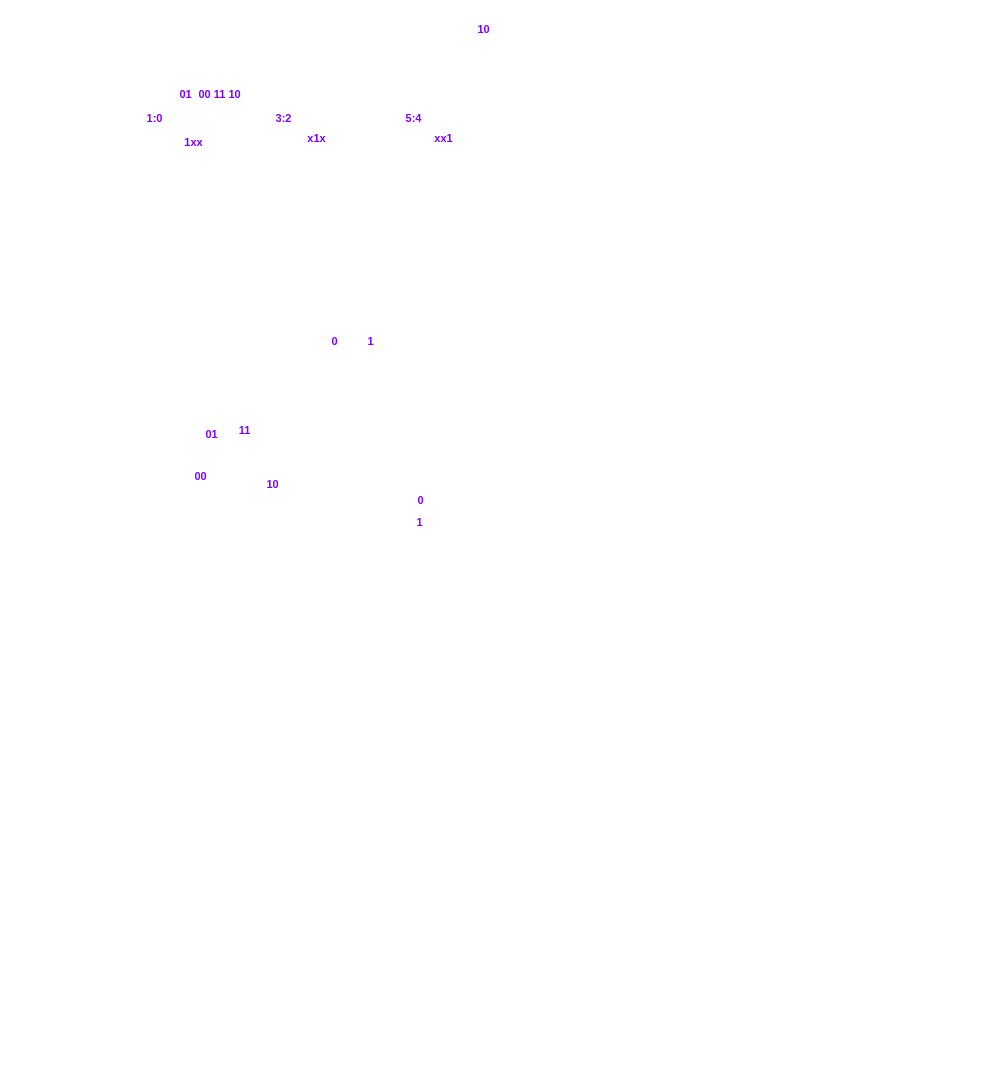
Earlier version of the draw.io diagram verilator_digrams/Emulator_02.drawio (Dercury/CLDK). Source tidied: cells renumbered, new cells numbered last; positions are measured from the earlier drawing's top-left corner, leaving out a move shared by most shapes. Both pictures are drawn from the tidied source at 100%, with x=0, y=0 at pixel (145, 17).
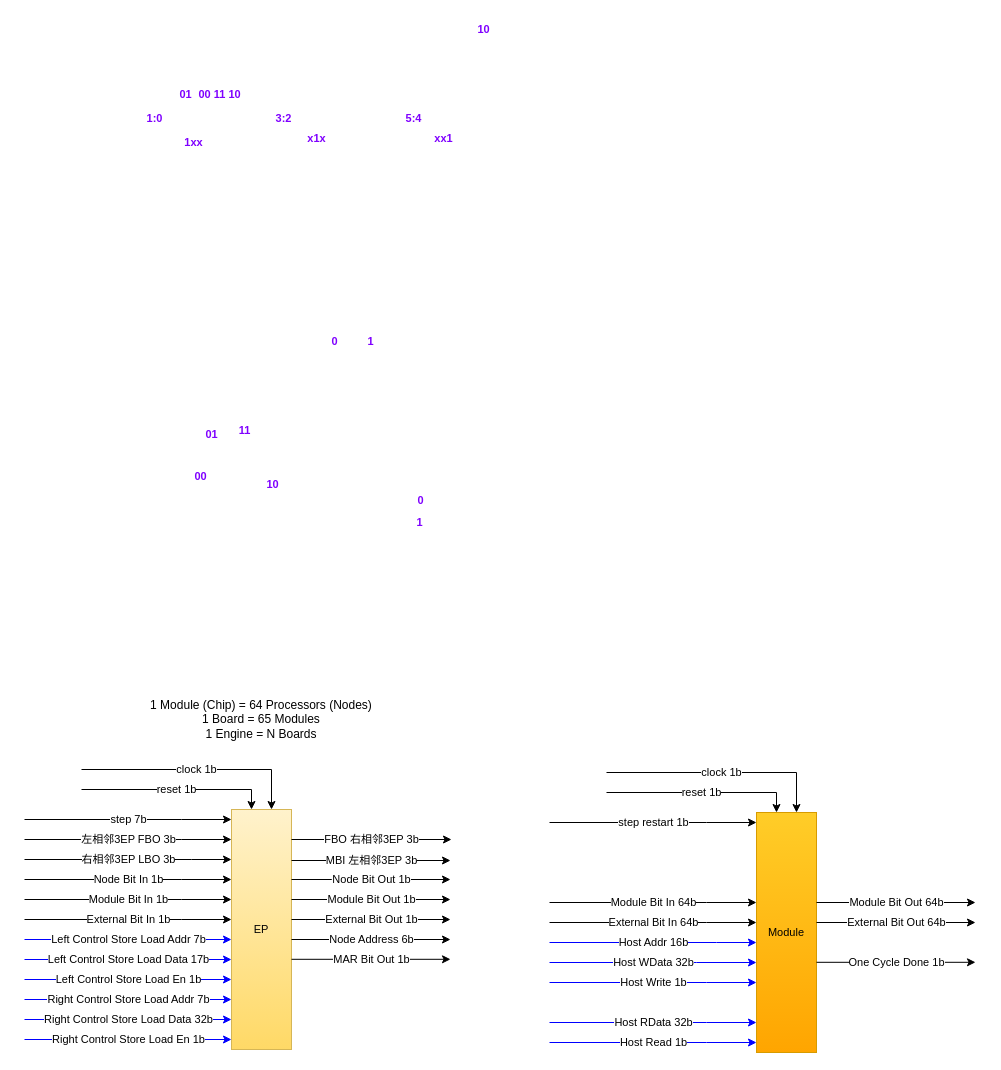
The same page after the edit.

The edit, as a diff of the source:
```diff
@@
+    <mxCell id="21" value="1 Module (Chip) = 64 Processors (Nodes)&lt;br&gt;1 Board = 65 Modules&lt;br&gt;1 Engine = N Boards" style="text;html=1;strokeColor=none;fillColor=none;align=center;verticalAlign=middle;whiteSpace=wrap;rounded=0;" parent="1" vertex="1">
+      <mxGeometry x="-19" y="672" width="270" height="60" as="geometry" />
+    </mxCell>
+    <mxCell id="22" value="reset 1b" style="endArrow=classic;html=1;rounded=0;strokeColor=#000000;strokeWidth=1;fontSize=11;fontColor=#000000;edgeStyle=orthogonalEdgeStyle;" parent="1" edge="1" target="23">
+      <mxGeometry relative="1" as="geometry">
+        <mxPoint x="-64" y="772" as="sourcePoint" />
+        <Array as="points">
+          <mxPoint x="106" y="772" />
+        </Array>
+      </mxGeometry>
+    </mxCell>
+    <mxCell id="23" value="EP" style="rounded=0;whiteSpace=wrap;html=1;strokeColor=#d6b656;fontSize=11;fillColor=#fff2cc;gradientColor=#ffd966;" parent="1" vertex="1">
+      <mxGeometry x="86" y="792" width="60" height="240" as="geometry" />
+    </mxCell>
+    <mxCell id="24" value="左相邻3EP FBO 3b" style="endArrow=classic;html=1;rounded=0;strokeColor=#000000;strokeWidth=1;fontSize=11;fontColor=#000000;edgeStyle=orthogonalEdgeStyle;" parent="1" edge="1" target="23">
+      <mxGeometry relative="1" as="geometry">
+        <mxPoint x="-121" y="822" as="sourcePoint" />
+        <Array as="points">
+          <mxPoint x="36" y="822" />
+          <mxPoint x="36" y="822" />
+        </Array>
+      </mxGeometry>
+    </mxCell>
+    <mxCell id="25" value="Node Bit Out 1b" style="endArrow=classic;html=1;rounded=0;strokeColor=#000000;strokeWidth=1;fontSize=11;fontColor=#000000;edgeStyle=orthogonalEdgeStyle;" parent="1" edge="1" source="23">
+      <mxGeometry relative="1" as="geometry">
+        <mxPoint x="305" y="862" as="targetPoint" />
+        <Array as="points">
+          <mxPoint x="186" y="862" />
+          <mxPoint x="186" y="862" />
+        </Array>
+      </mxGeometry>
+    </mxCell>
+    <mxCell id="26" value="FBO 右相邻3EP 3b" style="endArrow=classic;html=1;rounded=0;strokeColor=#000000;strokeWidth=1;fontSize=11;fontColor=#000000;edgeStyle=orthogonalEdgeStyle;" parent="1" edge="1" source="23">
+      <mxGeometry relative="1" as="geometry">
+        <mxPoint x="306" y="822" as="targetPoint" />
+        <Array as="points">
+          <mxPoint x="246" y="822" />
+          <mxPoint x="246" y="822" />
+        </Array>
+      </mxGeometry>
+    </mxCell>
+    <mxCell id="27" value="Module Bit Out 1b" style="endArrow=classic;html=1;rounded=0;strokeColor=#000000;strokeWidth=1;fontSize=11;fontColor=#000000;edgeStyle=orthogonalEdgeStyle;" parent="1" edge="1" source="23">
+      <mxGeometry relative="1" as="geometry">
+        <mxPoint x="305" y="882" as="targetPoint" />
+        <Array as="points">
+          <mxPoint x="186" y="882" />
+          <mxPoint x="186" y="882" />
+        </Array>
+      </mxGeometry>
+    </mxCell>
+    <mxCell id="28" value="External Bit Out 1b" style="endArrow=classic;html=1;rounded=0;strokeColor=#000000;strokeWidth=1;fontSize=11;fontColor=#000000;edgeStyle=orthogonalEdgeStyle;" parent="1" edge="1" source="23">
+      <mxGeometry relative="1" as="geometry">
+        <mxPoint x="305" y="902" as="targetPoint" />
+        <Array as="points">
+          <mxPoint x="186" y="902" />
+          <mxPoint x="186" y="902" />
+        </Array>
+      </mxGeometry>
+    </mxCell>
+    <mxCell id="29" value="MBI 左相邻3EP 3b" style="endArrow=classic;html=1;rounded=0;strokeColor=#000000;strokeWidth=1;fontSize=11;fontColor=#000000;edgeStyle=orthogonalEdgeStyle;" parent="1" edge="1" source="23">
+      <mxGeometry relative="1" as="geometry">
+        <mxPoint x="305" y="843" as="targetPoint" />
+        <Array as="points">
+          <mxPoint x="236" y="843" />
+          <mxPoint x="236" y="843" />
+        </Array>
+      </mxGeometry>
+    </mxCell>
+    <mxCell id="30" value="Node Address 6b" style="endArrow=classic;html=1;rounded=0;strokeColor=#000000;strokeWidth=1;fontSize=11;fontColor=#000000;edgeStyle=orthogonalEdgeStyle;" parent="1" edge="1" source="23">
+      <mxGeometry relative="1" as="geometry">
+        <mxPoint x="305" y="922" as="targetPoint" />
+        <Array as="points">
+          <mxPoint x="186" y="922" />
+          <mxPoint x="186" y="922" />
+        </Array>
+      </mxGeometry>
+    </mxCell>
+    <mxCell id="31" value="MAR Bit Out 1b" style="endArrow=classic;html=1;rounded=0;strokeColor=#000000;strokeWidth=1;fontSize=11;fontColor=#000000;edgeStyle=orthogonalEdgeStyle;" parent="1" edge="1" source="23">
+      <mxGeometry relative="1" as="geometry">
+        <mxPoint x="305" y="941.8" as="targetPoint" />
+        <Array as="points">
+          <mxPoint x="226" y="942" />
+        </Array>
+      </mxGeometry>
+    </mxCell>
+    <mxCell id="32" value="右相邻3EP LBO 3b" style="endArrow=classic;html=1;rounded=0;strokeColor=#000000;strokeWidth=1;fontSize=11;fontColor=#000000;edgeStyle=orthogonalEdgeStyle;" parent="1" edge="1" target="23">
+      <mxGeometry relative="1" as="geometry">
+        <mxPoint x="-121" y="842" as="sourcePoint" />
+        <Array as="points">
+          <mxPoint x="46" y="842" />
+          <mxPoint x="46" y="842" />
+        </Array>
+      </mxGeometry>
+    </mxCell>
+    <mxCell id="33" value="Node Bit In 1b" style="endArrow=classic;html=1;rounded=0;strokeColor=#000000;strokeWidth=1;fontSize=11;fontColor=#000000;edgeStyle=orthogonalEdgeStyle;" parent="1" edge="1" target="23">
+      <mxGeometry relative="1" as="geometry">
+        <mxPoint x="-121" y="862" as="sourcePoint" />
+        <Array as="points">
+          <mxPoint x="36" y="862" />
+          <mxPoint x="36" y="862" />
+        </Array>
+      </mxGeometry>
+    </mxCell>
+    <mxCell id="34" value="Module Bit In 1b" style="endArrow=classic;html=1;rounded=0;strokeColor=#000000;strokeWidth=1;fontSize=11;fontColor=#000000;edgeStyle=orthogonalEdgeStyle;" parent="1" edge="1" target="23">
+      <mxGeometry relative="1" as="geometry">
+        <mxPoint x="-121" y="882" as="sourcePoint" />
+        <Array as="points">
+          <mxPoint x="36" y="882" />
+          <mxPoint x="36" y="882" />
+        </Array>
+      </mxGeometry>
+    </mxCell>
+    <mxCell id="35" value="External Bit In 1b" style="endArrow=classic;html=1;rounded=0;strokeColor=#000000;strokeWidth=1;fontSize=11;fontColor=#000000;edgeStyle=orthogonalEdgeStyle;" parent="1" edge="1" target="23">
+      <mxGeometry relative="1" as="geometry">
+        <mxPoint x="-121" y="902" as="sourcePoint" />
+        <Array as="points">
+          <mxPoint x="36" y="902" />
+          <mxPoint x="36" y="902" />
+        </Array>
+      </mxGeometry>
+    </mxCell>
+    <mxCell id="36" value="Left Control Store Load Addr 7b" style="endArrow=classic;html=1;rounded=0;strokeColor=#0000FF;strokeWidth=1;fontSize=11;fontColor=#000000;edgeStyle=orthogonalEdgeStyle;" parent="1" edge="1" target="23">
+      <mxGeometry relative="1" as="geometry">
+        <mxPoint x="-121" y="922" as="sourcePoint" />
+        <Array as="points">
+          <mxPoint x="46" y="922" />
+          <mxPoint x="46" y="922" />
+        </Array>
+      </mxGeometry>
+    </mxCell>
+    <mxCell id="37" value="Right Control Store Load Addr 7b" style="endArrow=classic;html=1;rounded=0;strokeColor=#0000FF;strokeWidth=1;fontSize=11;fontColor=#000000;edgeStyle=orthogonalEdgeStyle;" parent="1" edge="1" target="23">
+      <mxGeometry relative="1" as="geometry">
+        <mxPoint x="-121" y="982" as="sourcePoint" />
+        <Array as="points">
+          <mxPoint x="26" y="982" />
+          <mxPoint x="26" y="982" />
+        </Array>
+      </mxGeometry>
+    </mxCell>
+    <mxCell id="38" value="Left Control Store Load Data 17b" style="endArrow=classic;html=1;rounded=0;strokeColor=#0000FF;strokeWidth=1;fontSize=11;fontColor=#000000;edgeStyle=orthogonalEdgeStyle;" parent="1" edge="1" target="23">
+      <mxGeometry relative="1" as="geometry">
+        <mxPoint x="-121" y="942" as="sourcePoint" />
+        <Array as="points">
+          <mxPoint x="26" y="942" />
+          <mxPoint x="26" y="942" />
+        </Array>
+      </mxGeometry>
+    </mxCell>
+    <mxCell id="39" value="Right Control Store Load Data 32b" style="endArrow=classic;html=1;rounded=0;strokeColor=#0000FF;strokeWidth=1;fontSize=11;fontColor=#000000;edgeStyle=orthogonalEdgeStyle;" parent="1" edge="1" target="23">
+      <mxGeometry relative="1" as="geometry">
+        <mxPoint x="-121" y="1002" as="sourcePoint" />
+        <Array as="points">
+          <mxPoint x="36" y="1002" />
+          <mxPoint x="36" y="1002" />
+        </Array>
+      </mxGeometry>
+    </mxCell>
+    <mxCell id="40" value="Left Control Store Load En 1b" style="endArrow=classic;html=1;rounded=0;strokeColor=#0000FF;strokeWidth=1;fontSize=11;fontColor=#000000;edgeStyle=orthogonalEdgeStyle;" parent="1" edge="1" target="23">
+      <mxGeometry relative="1" as="geometry">
+        <mxPoint x="-121" y="962" as="sourcePoint" />
+        <Array as="points">
+          <mxPoint x="36" y="962" />
+          <mxPoint x="36" y="962" />
+        </Array>
+      </mxGeometry>
+    </mxCell>
+    <mxCell id="41" value="Right Control Store Load En 1b" style="endArrow=classic;html=1;rounded=0;strokeColor=#0000FF;strokeWidth=1;fontSize=11;fontColor=#000000;edgeStyle=orthogonalEdgeStyle;" parent="1" edge="1" target="23">
+      <mxGeometry relative="1" as="geometry">
+        <mxPoint x="-121" y="1022" as="sourcePoint" />
+        <Array as="points">
+          <mxPoint x="36" y="1022" />
+          <mxPoint x="36" y="1022" />
+        </Array>
+      </mxGeometry>
+    </mxCell>
+    <mxCell id="42" value="step 7b" style="endArrow=classic;html=1;rounded=0;strokeColor=#000000;strokeWidth=1;fontSize=11;fontColor=#000000;edgeStyle=orthogonalEdgeStyle;" parent="1" edge="1" target="23">
+      <mxGeometry relative="1" as="geometry">
+        <mxPoint x="-121" y="802" as="sourcePoint" />
+        <Array as="points">
+          <mxPoint x="36" y="802" />
+          <mxPoint x="36" y="802" />
+        </Array>
+      </mxGeometry>
+    </mxCell>
+    <mxCell id="43" value="clock 1b" style="endArrow=classic;html=1;rounded=0;strokeColor=#000000;strokeWidth=1;fontSize=11;fontColor=#000000;edgeStyle=orthogonalEdgeStyle;" parent="1" edge="1" target="23">
+      <mxGeometry relative="1" as="geometry">
+        <mxPoint x="-64" y="752" as="sourcePoint" />
+        <Array as="points">
+          <mxPoint x="126" y="752" />
+        </Array>
+      </mxGeometry>
+    </mxCell>
+    <mxCell id="44" value="reset 1b" style="endArrow=classic;html=1;rounded=0;strokeColor=#000000;strokeWidth=1;fontSize=11;fontColor=#000000;edgeStyle=orthogonalEdgeStyle;" parent="1" edge="1" target="45">
+      <mxGeometry relative="1" as="geometry">
+        <mxPoint x="461" y="775" as="sourcePoint" />
+        <Array as="points">
+          <mxPoint x="631" y="775" />
+        </Array>
+      </mxGeometry>
+    </mxCell>
+    <mxCell id="45" value="Module" style="rounded=0;whiteSpace=wrap;html=1;strokeColor=#d79b00;fontSize=11;fillColor=#ffcd28;gradientColor=#ffa500;" parent="1" vertex="1">
+      <mxGeometry x="611" y="795" width="60" height="240" as="geometry" />
+    </mxCell>
+    <mxCell id="46" value="Module Bit Out 64b" style="endArrow=classic;html=1;rounded=0;strokeColor=#000000;strokeWidth=1;fontSize=11;fontColor=#000000;edgeStyle=orthogonalEdgeStyle;" parent="1" edge="1" source="45">
+      <mxGeometry relative="1" as="geometry">
+        <mxPoint x="830" y="885" as="targetPoint" />
+        <Array as="points">
+          <mxPoint x="711" y="885" />
+          <mxPoint x="711" y="885" />
+        </Array>
+      </mxGeometry>
+    </mxCell>
+    <mxCell id="47" value="External Bit Out 64b" style="endArrow=classic;html=1;rounded=0;strokeColor=#000000;strokeWidth=1;fontSize=11;fontColor=#000000;edgeStyle=orthogonalEdgeStyle;" parent="1" edge="1" source="45">
+      <mxGeometry relative="1" as="geometry">
+        <mxPoint x="830" y="905" as="targetPoint" />
+        <Array as="points">
+          <mxPoint x="711" y="905" />
+          <mxPoint x="711" y="905" />
+        </Array>
+      </mxGeometry>
+    </mxCell>
+    <mxCell id="48" value="One Cycle Done 1b" style="endArrow=classic;html=1;rounded=0;strokeColor=#000000;strokeWidth=1;fontSize=11;fontColor=#000000;edgeStyle=orthogonalEdgeStyle;" parent="1" edge="1" source="45">
+      <mxGeometry relative="1" as="geometry">
+        <mxPoint x="830" y="944.8" as="targetPoint" />
+        <Array as="points">
+          <mxPoint x="751" y="945" />
+        </Array>
+      </mxGeometry>
+    </mxCell>
+    <mxCell id="49" value="Module Bit In 64b" style="endArrow=classic;html=1;rounded=0;strokeColor=#000000;strokeWidth=1;fontSize=11;fontColor=#000000;edgeStyle=orthogonalEdgeStyle;" parent="1" edge="1" target="45">
+      <mxGeometry relative="1" as="geometry">
+        <mxPoint x="404" y="885" as="sourcePoint" />
+        <Array as="points">
+          <mxPoint x="561" y="885" />
+          <mxPoint x="561" y="885" />
+        </Array>
+      </mxGeometry>
+    </mxCell>
+    <mxCell id="50" value="External Bit In 64b" style="endArrow=classic;html=1;rounded=0;strokeColor=#000000;strokeWidth=1;fontSize=11;fontColor=#000000;edgeStyle=orthogonalEdgeStyle;" parent="1" edge="1" target="45">
+      <mxGeometry relative="1" as="geometry">
+        <mxPoint x="404" y="905" as="sourcePoint" />
+        <Array as="points">
+          <mxPoint x="561" y="905" />
+          <mxPoint x="561" y="905" />
+        </Array>
+      </mxGeometry>
+    </mxCell>
+    <mxCell id="51" value="Host Addr 16b" style="endArrow=classic;html=1;rounded=0;strokeColor=#0000FF;strokeWidth=1;fontSize=11;fontColor=#000000;edgeStyle=orthogonalEdgeStyle;" parent="1" edge="1" target="45">
+      <mxGeometry relative="1" as="geometry">
+        <mxPoint x="404" y="925" as="sourcePoint" />
+        <Array as="points">
+          <mxPoint x="571" y="925" />
+          <mxPoint x="571" y="925" />
+        </Array>
+      </mxGeometry>
+    </mxCell>
+    <mxCell id="52" value="Host WData 32b" style="endArrow=classic;html=1;rounded=0;strokeColor=#0000FF;strokeWidth=1;fontSize=11;fontColor=#000000;edgeStyle=orthogonalEdgeStyle;" parent="1" edge="1" target="45">
+      <mxGeometry relative="1" as="geometry">
+        <mxPoint x="404" y="945" as="sourcePoint" />
+        <Array as="points">
+          <mxPoint x="551" y="945" />
+          <mxPoint x="551" y="945" />
+        </Array>
+      </mxGeometry>
+    </mxCell>
+    <mxCell id="53" value="Host RData 32b" style="endArrow=classic;html=1;rounded=0;strokeColor=#0000FF;strokeWidth=1;fontSize=11;fontColor=#000000;edgeStyle=orthogonalEdgeStyle;" parent="1" edge="1" target="45">
+      <mxGeometry relative="1" as="geometry">
+        <mxPoint x="404" y="1005" as="sourcePoint" />
+        <Array as="points">
+          <mxPoint x="561" y="1005" />
+          <mxPoint x="561" y="1005" />
+        </Array>
+      </mxGeometry>
+    </mxCell>
+    <mxCell id="54" value="Host Write 1b" style="endArrow=classic;html=1;rounded=0;strokeColor=#0000FF;strokeWidth=1;fontSize=11;fontColor=#000000;edgeStyle=orthogonalEdgeStyle;" parent="1" edge="1" target="45">
+      <mxGeometry relative="1" as="geometry">
+        <mxPoint x="404" y="965" as="sourcePoint" />
+        <Array as="points">
+          <mxPoint x="561" y="965" />
+          <mxPoint x="561" y="965" />
+        </Array>
+      </mxGeometry>
+    </mxCell>
+    <mxCell id="55" value="Host Read 1b" style="endArrow=classic;html=1;rounded=0;strokeColor=#0000FF;strokeWidth=1;fontSize=11;fontColor=#000000;edgeStyle=orthogonalEdgeStyle;" parent="1" edge="1" target="45">
+      <mxGeometry relative="1" as="geometry">
+        <mxPoint x="404" y="1025" as="sourcePoint" />
+        <Array as="points">
+          <mxPoint x="561" y="1025" />
+          <mxPoint x="561" y="1025" />
+        </Array>
+      </mxGeometry>
+    </mxCell>
+    <mxCell id="56" value="step restart 1b" style="endArrow=classic;html=1;rounded=0;strokeColor=#000000;strokeWidth=1;fontSize=11;fontColor=#000000;edgeStyle=orthogonalEdgeStyle;" parent="1" edge="1" target="45">
+      <mxGeometry relative="1" as="geometry">
+        <mxPoint x="404" y="805" as="sourcePoint" />
+        <Array as="points">
+          <mxPoint x="561" y="805" />
+          <mxPoint x="561" y="805" />
+        </Array>
+      </mxGeometry>
+    </mxCell>
+    <mxCell id="57" value="clock 1b" style="endArrow=classic;html=1;rounded=0;strokeColor=#000000;strokeWidth=1;fontSize=11;fontColor=#000000;edgeStyle=orthogonalEdgeStyle;" parent="1" edge="1" target="45">
+      <mxGeometry relative="1" as="geometry">
+        <mxPoint x="461" y="755" as="sourcePoint" />
+        <Array as="points">
+          <mxPoint x="651" y="755" />
+        </Array>
+      </mxGeometry>
+    </mxCell>
```
